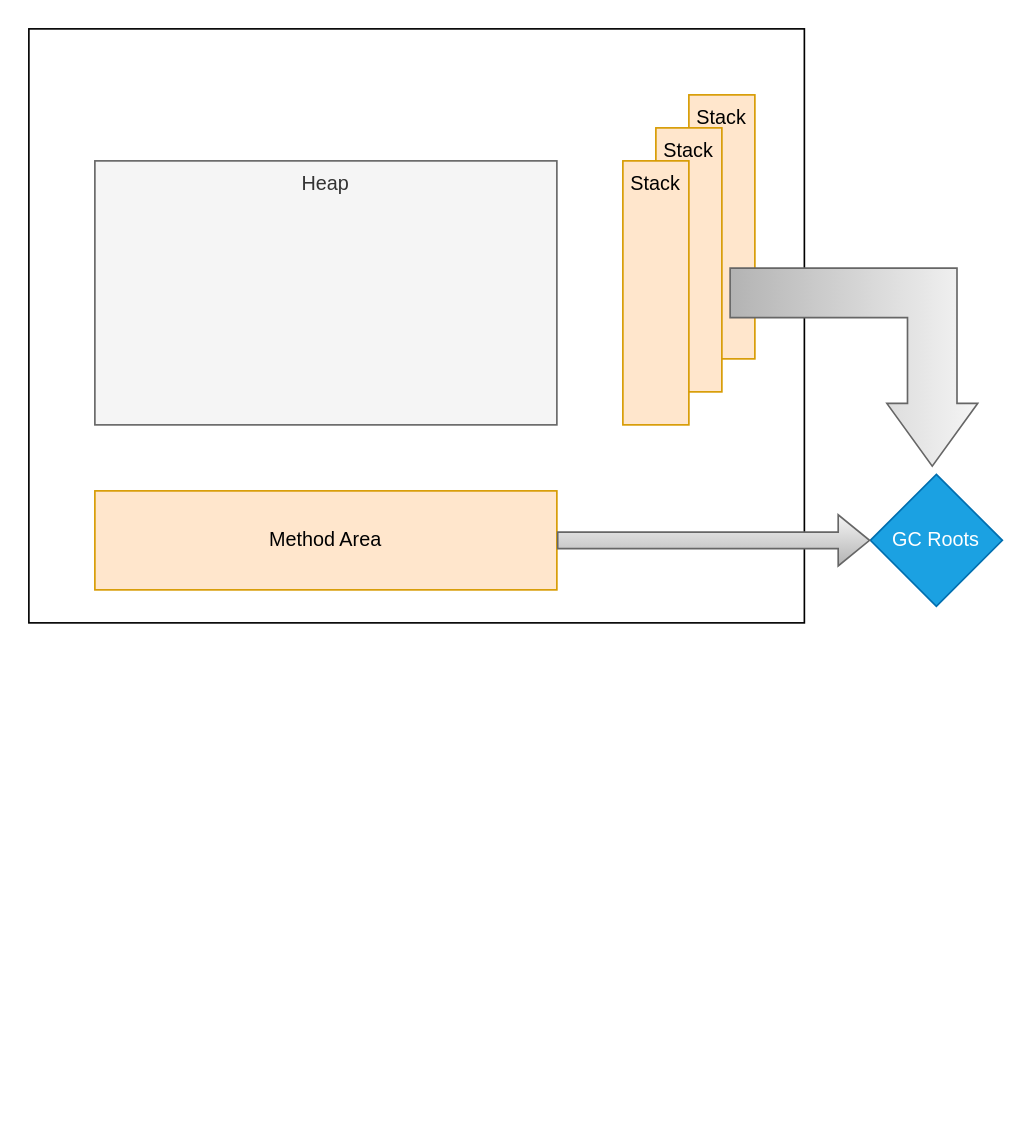
The draw.io diagram 未命名绘图.drawio in ordinarylq/personal-drawer, before the edit. Source tidied: cells renumbered, new cells numbered last; positions are measured from the earlier drawing's top-left corner, leaving out a move shared by most shapes. Both pictures are drawn from the tidied source at 165%, with x=0, y=0 at pixel (28, 28).
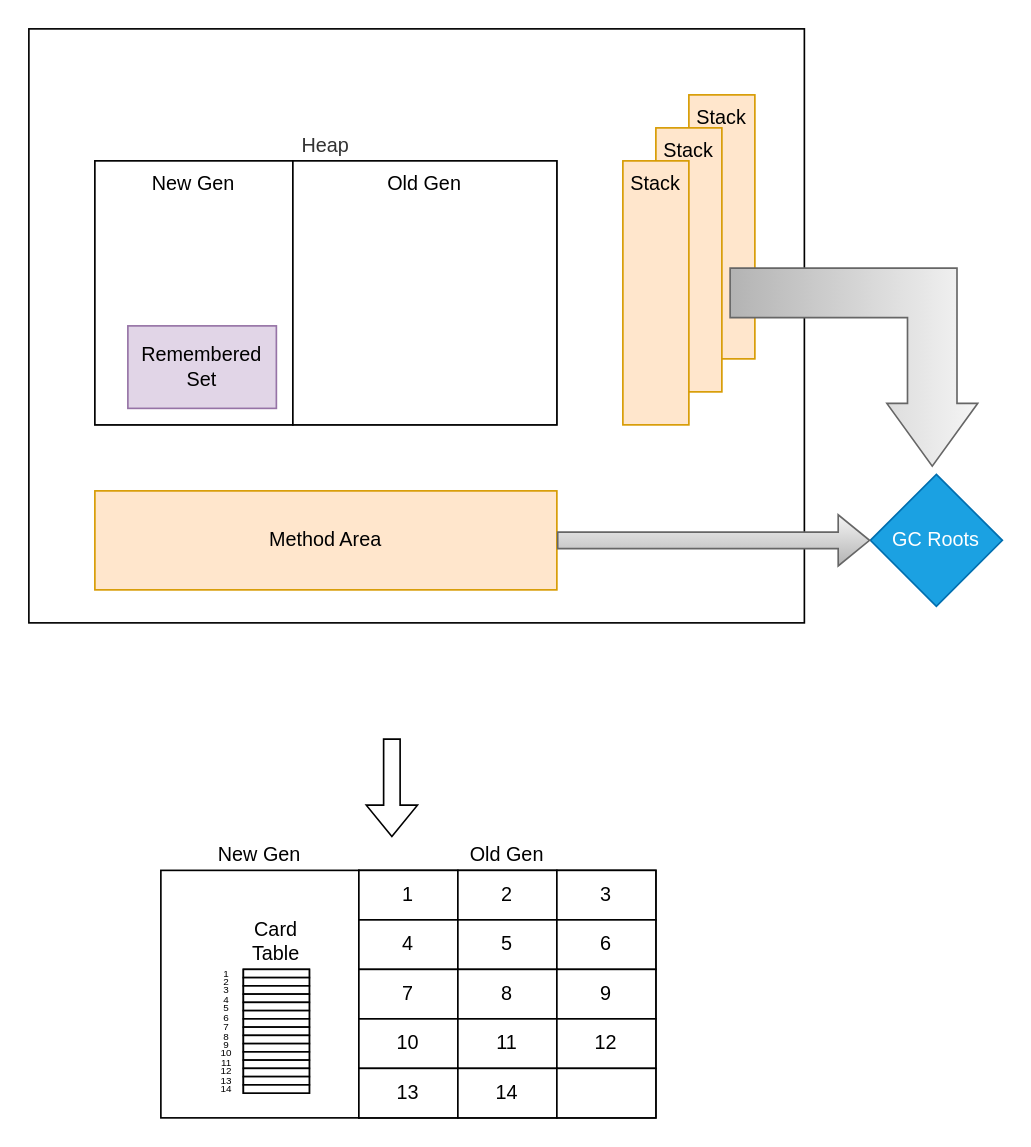
The same diagram, later.

Commit message:
更新未命名绘图.drawio

Change to the diagram source:
```diff
@@
-    <mxCell id="3" value="Heap" style="rounded=0;whiteSpace=wrap;html=1;verticalAlign=top;fillColor=#f5f5f5;strokeColor=#666666;fontColor=#333333;" parent="1" vertex="1">
+    <mxCell id="3" value="Heap" style="rounded=0;whiteSpace=wrap;html=1;verticalAlign=bottom;fillColor=#f5f5f5;strokeColor=#666666;fontColor=#333333;horizontal=1;labelPosition=center;verticalLabelPosition=top;align=center;" parent="1" vertex="1">
       <mxGeometry x="40" y="80" width="280" height="160" as="geometry" />
     </mxCell>
@@
+    <mxCell id="11" value="New Gen" style="rounded=0;whiteSpace=wrap;html=1;verticalAlign=top;" parent="1" vertex="1">
+      <mxGeometry x="40" y="80" width="120" height="160" as="geometry" />
+    </mxCell>
+    <mxCell id="12" value="Old Gen" style="rounded=0;whiteSpace=wrap;html=1;verticalAlign=top;" parent="1" vertex="1">
+      <mxGeometry x="160" y="80" width="160" height="160" as="geometry" />
+    </mxCell>
+    <mxCell id="13" value="Remembered Set" style="rounded=0;whiteSpace=wrap;html=1;fillColor=#e1d5e7;strokeColor=#9673a6;" parent="1" vertex="1">
+      <mxGeometry x="60" y="180" width="90" height="50" as="geometry" />
+    </mxCell>
+    <mxCell id="14" style="shape=flexArrow;endArrow=classic;html=1;rounded=0;" parent="1" edge="1">
+      <mxGeometry relative="1" as="geometry">
+        <mxPoint x="220" y="430" as="sourcePoint" />
+        <mxPoint x="220" y="490" as="targetPoint" />
+      </mxGeometry>
+    </mxCell>
+    <mxCell id="15" value="New Gen" style="rounded=0;whiteSpace=wrap;html=1;verticalAlign=bottom;labelPosition=center;verticalLabelPosition=top;align=center;" parent="1" vertex="1">
+      <mxGeometry x="80" y="510" width="120" height="150" as="geometry" />
+    </mxCell>
+    <mxCell id="16" value="Old Gen" style="rounded=0;whiteSpace=wrap;html=1;verticalAlign=bottom;labelPosition=center;verticalLabelPosition=top;align=center;" parent="1" vertex="1">
+      <mxGeometry x="200" y="510" width="180" height="150" as="geometry" />
+    </mxCell>
+    <mxCell id="17" value="1" style="rounded=0;whiteSpace=wrap;html=1;" parent="1" vertex="1">
+      <mxGeometry x="200" y="510" width="60" height="30" as="geometry" />
+    </mxCell>
+    <mxCell id="18" value="2" style="rounded=0;whiteSpace=wrap;html=1;" parent="1" vertex="1">
+      <mxGeometry x="260" y="510" width="60" height="30" as="geometry" />
+    </mxCell>
+    <mxCell id="19" value="3" style="rounded=0;whiteSpace=wrap;html=1;" parent="1" vertex="1">
+      <mxGeometry x="320" y="510" width="60" height="30" as="geometry" />
+    </mxCell>
+    <mxCell id="20" value="4" style="rounded=0;whiteSpace=wrap;html=1;" parent="1" vertex="1">
+      <mxGeometry x="200" y="540" width="60" height="30" as="geometry" />
+    </mxCell>
+    <mxCell id="21" value="5" style="rounded=0;whiteSpace=wrap;html=1;" parent="1" vertex="1">
+      <mxGeometry x="260" y="540" width="60" height="30" as="geometry" />
+    </mxCell>
+    <mxCell id="22" value="6" style="rounded=0;whiteSpace=wrap;html=1;" parent="1" vertex="1">
+      <mxGeometry x="320" y="540" width="60" height="30" as="geometry" />
+    </mxCell>
+    <mxCell id="23" value="7" style="rounded=0;whiteSpace=wrap;html=1;" parent="1" vertex="1">
+      <mxGeometry x="200" y="570" width="60" height="30" as="geometry" />
+    </mxCell>
+    <mxCell id="24" value="8" style="rounded=0;whiteSpace=wrap;html=1;" parent="1" vertex="1">
+      <mxGeometry x="260" y="570" width="60" height="30" as="geometry" />
+    </mxCell>
+    <mxCell id="25" value="9" style="rounded=0;whiteSpace=wrap;html=1;" parent="1" vertex="1">
+      <mxGeometry x="320" y="570" width="60" height="30" as="geometry" />
+    </mxCell>
+    <mxCell id="26" value="10" style="rounded=0;whiteSpace=wrap;html=1;" parent="1" vertex="1">
+      <mxGeometry x="200" y="600" width="60" height="30" as="geometry" />
+    </mxCell>
+    <mxCell id="27" value="11" style="rounded=0;whiteSpace=wrap;html=1;" parent="1" vertex="1">
+      <mxGeometry x="260" y="600" width="60" height="30" as="geometry" />
+    </mxCell>
+    <mxCell id="28" value="12" style="rounded=0;whiteSpace=wrap;html=1;" parent="1" vertex="1">
+      <mxGeometry x="320" y="600" width="60" height="30" as="geometry" />
+    </mxCell>
+    <mxCell id="29" value="13" style="rounded=0;whiteSpace=wrap;html=1;" parent="1" vertex="1">
+      <mxGeometry x="200" y="630" width="60" height="30" as="geometry" />
+    </mxCell>
+    <mxCell id="30" value="14" style="rounded=0;whiteSpace=wrap;html=1;" parent="1" vertex="1">
+      <mxGeometry x="260" y="630" width="60" height="30" as="geometry" />
+    </mxCell>
+    <mxCell id="31" style="rounded=0;whiteSpace=wrap;html=1;" parent="1" vertex="1">
+      <mxGeometry x="320" y="630" width="60" height="30" as="geometry" />
+    </mxCell>
+    <mxCell id="32" value="Card Table" style="rounded=0;whiteSpace=wrap;html=1;labelPosition=center;verticalLabelPosition=top;align=center;verticalAlign=bottom;" parent="1" vertex="1">
+      <mxGeometry x="130" y="570" width="40" height="75" as="geometry" />
+    </mxCell>
+    <mxCell id="33" style="rounded=0;whiteSpace=wrap;html=1;" parent="1" vertex="1">
+      <mxGeometry x="130" y="570" width="40" height="5" as="geometry" />
+    </mxCell>
+    <mxCell id="34" style="rounded=0;whiteSpace=wrap;html=1;" parent="1" vertex="1">
+      <mxGeometry x="130" y="575" width="40" height="5" as="geometry" />
+    </mxCell>
+    <mxCell id="35" style="rounded=0;whiteSpace=wrap;html=1;" parent="1" vertex="1">
+      <mxGeometry x="130" y="580" width="40" height="5" as="geometry" />
+    </mxCell>
+    <mxCell id="36" style="rounded=0;whiteSpace=wrap;html=1;" parent="1" vertex="1">
+      <mxGeometry x="130" y="585" width="40" height="5" as="geometry" />
+    </mxCell>
+    <mxCell id="37" style="rounded=0;whiteSpace=wrap;html=1;" parent="1" vertex="1">
+      <mxGeometry x="130" y="590" width="40" height="5" as="geometry" />
+    </mxCell>
+    <mxCell id="38" style="rounded=0;whiteSpace=wrap;html=1;" parent="1" vertex="1">
+      <mxGeometry x="130" y="595" width="40" height="5" as="geometry" />
+    </mxCell>
+    <mxCell id="39" style="rounded=0;whiteSpace=wrap;html=1;" parent="1" vertex="1">
+      <mxGeometry x="130" y="600" width="40" height="5" as="geometry" />
+    </mxCell>
+    <mxCell id="40" style="rounded=0;whiteSpace=wrap;html=1;" parent="1" vertex="1">
+      <mxGeometry x="130" y="605" width="40" height="5" as="geometry" />
+    </mxCell>
+    <mxCell id="41" style="rounded=0;whiteSpace=wrap;html=1;" parent="1" vertex="1">
+      <mxGeometry x="130" y="610" width="40" height="5" as="geometry" />
+    </mxCell>
+    <mxCell id="42" style="rounded=0;whiteSpace=wrap;html=1;" parent="1" vertex="1">
+      <mxGeometry x="130" y="615" width="40" height="5" as="geometry" />
+    </mxCell>
+    <mxCell id="43" style="rounded=0;whiteSpace=wrap;html=1;" parent="1" vertex="1">
+      <mxGeometry x="130" y="620" width="40" height="5" as="geometry" />
+    </mxCell>
+    <mxCell id="44" style="rounded=0;whiteSpace=wrap;html=1;" parent="1" vertex="1">
+      <mxGeometry x="130" y="625" width="40" height="5" as="geometry" />
+    </mxCell>
+    <mxCell id="45" style="rounded=0;whiteSpace=wrap;html=1;" parent="1" vertex="1">
+      <mxGeometry x="130" y="630" width="40" height="5" as="geometry" />
+    </mxCell>
+    <mxCell id="46" style="rounded=0;whiteSpace=wrap;html=1;" parent="1" vertex="1">
+      <mxGeometry x="130" y="635" width="40" height="5" as="geometry" />
+    </mxCell>
+    <mxCell id="47" style="rounded=0;whiteSpace=wrap;html=1;" parent="1" vertex="1">
+      <mxGeometry x="130" y="640" width="40" height="5" as="geometry" />
+    </mxCell>
+    <mxCell id="48" value="&lt;p style=&quot;line-height: 90%; font-size: 6px;&quot;&gt;&lt;font style=&quot;font-size: 6px;&quot;&gt;1&lt;br&gt;2&lt;br&gt;3&lt;br&gt;4&lt;br&gt;5&lt;br&gt;6&lt;br&gt;7&lt;br&gt;8&lt;br&gt;9&lt;br&gt;10&lt;br&gt;11&lt;br&gt;12&lt;br&gt;13&lt;br&gt;14&lt;/font&gt;&lt;br&gt;&lt;/p&gt;" style="text;html=1;strokeColor=none;fillColor=none;align=center;verticalAlign=middle;whiteSpace=wrap;rounded=0;" parent="1" vertex="1">
+      <mxGeometry x="90" y="592.5" width="60" height="30" as="geometry" />
+    </mxCell>
```
